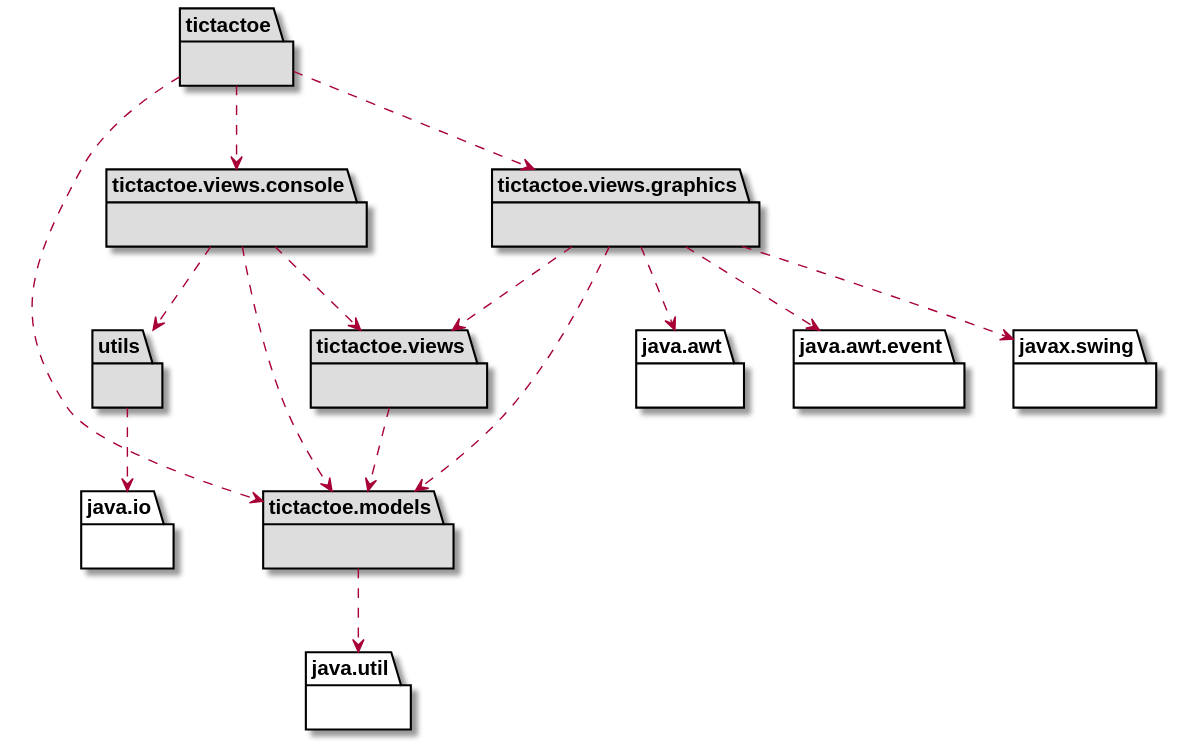
The PlantUML diagram docs/build/docs/asciidoc/images/arquitecturaVersion4.svg in x-USantaTecla-game-ticTacToe/java, before a commit. Its diagram source:
```plantuml
@startuml

package tictactoe #DDDDDD { }
tictactoe .down.> tictactoe.views.graphics
tictactoe .down.> tictactoe.models
tictactoe .down.> tictactoe.views.console

package tictactoe.models #DDDDDD { }
package java.util{ }
tictactoe.models .down.> java.util

package utils #DDDDDD { }
package java.io{ }
utils .down.> java.io

package tictactoe.views #DDDDDD { }
tictactoe.views .down.> tictactoe.models

package tictactoe.views.console #DDDDDD { }
tictactoe.views.console .down.> tictactoe.views
tictactoe.views.console .down.> tictactoe.models
tictactoe.views.console .down.> utils

package tictactoe.views.graphics #DDDDDD { }
package java.awt{ }
tictactoe.views.graphics .down.> java.awt
package java.awt.event{ }
tictactoe.views.graphics .down.> java.awt.event
tictactoe.views.graphics .down.> tictactoe.views
tictactoe.views.graphics .down.> tictactoe.models
package javax.swing{ }
tictactoe.views.graphics .down.> javax.swing

@enduml
```
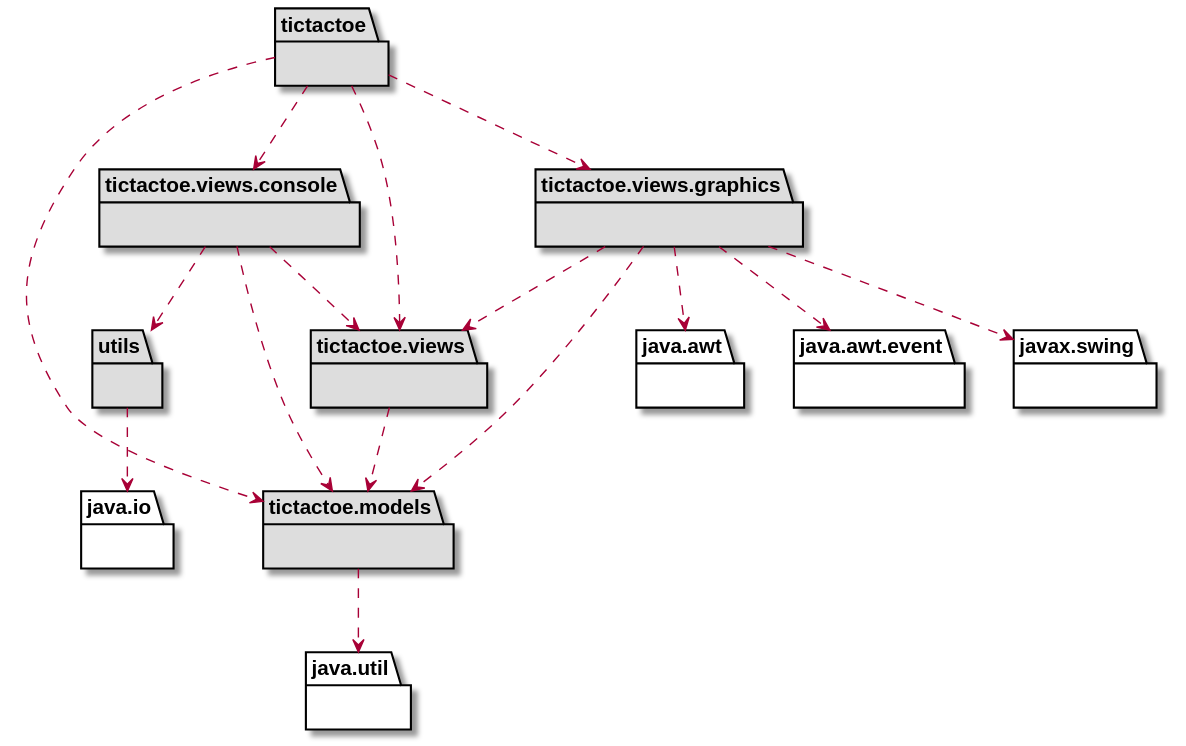
Above is the later version.

Commit message:
Change arquitecture scheme

Diff of the diagram source:
```diff
@@ -4,6 +4,7 @@
 tictactoe .down.> tictactoe.views.graphics
 tictactoe .down.> tictactoe.models
 tictactoe .down.> tictactoe.views.console
+tictactoe .down.> tictactoe.views
 
 package tictactoe.models #DDDDDD { }
 package java.util{ }
```
